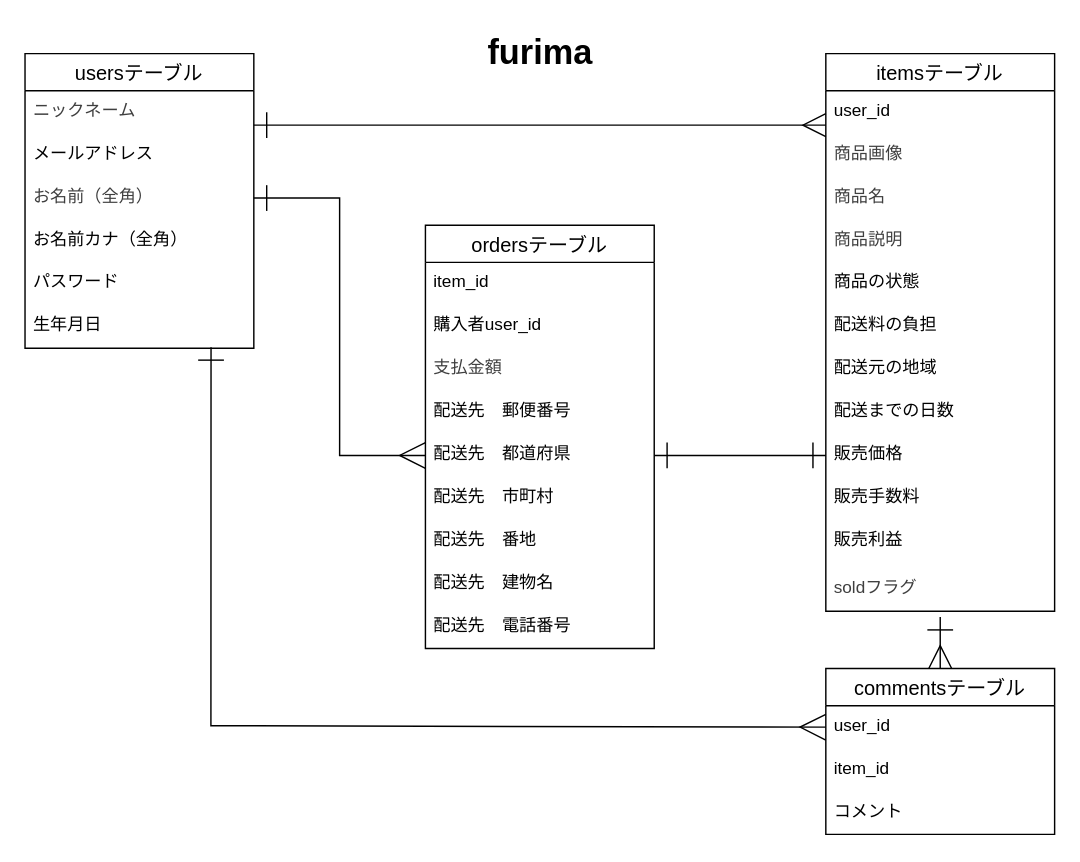
Earlier version of the draw.io diagram furima-41862.drawio (nn88hcs99/furima-41862). Source tidied: cells renumbered, new cells numbered last; positions are measured from the earlier drawing's top-left corner, leaving out a move shared by most shapes. Both pictures are drawn from the tidied source at 143%, with x=0, y=0 at pixel (24, 24).
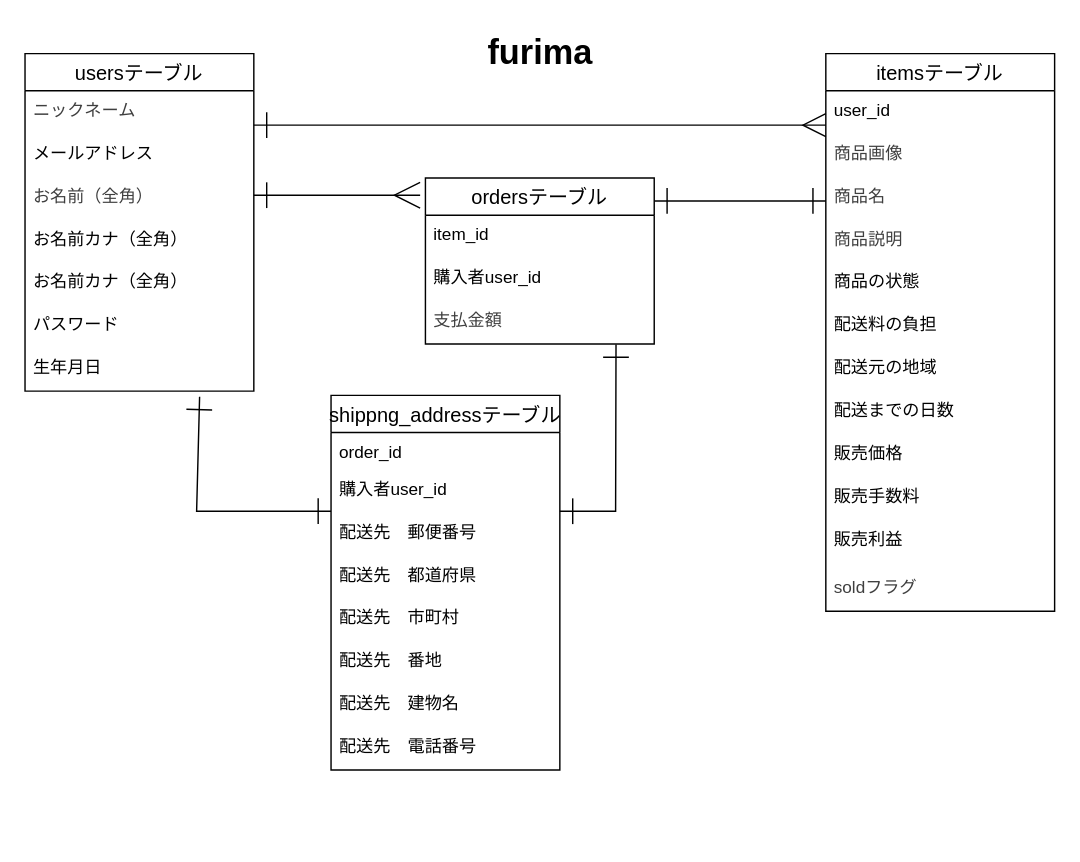
The same diagram, later.

Commit message (it also covers changes not shown here):
指摘箇所の修正

shipping_addressテーブルの追加
commentsテーブルの削除

The change refers to these unchanged cells:
```xml
<mxCell id="6" value="&lt;span style=&quot;color: rgb(63, 63, 63);&quot;&gt;お名前（全角）&lt;/span&gt;" style="text;strokeColor=none;fillColor=none;spacingLeft=4;spacingRight=4;overflow=hidden;points=[[0,0.5],[1,0.5]];portConstraint=eastwest;fontSize=12;whiteSpace=wrap;html=1;" parent="3" vertex="1">
  <mxGeometry y="86" width="160" height="30" as="geometry" />
</mxCell>
<mxCell id="19" value="販売価格" style="text;strokeColor=none;fillColor=none;spacingLeft=4;spacingRight=4;overflow=hidden;points=[[0,0.5],[1,0.5]];portConstraint=eastwest;fontSize=12;whiteSpace=wrap;html=1;" parent="10" vertex="1">
  <mxGeometry y="266" width="160" height="30" as="geometry" />
</mxCell>
<mxCell id="22" value="&lt;span style=&quot;color: rgb(63, 63, 63); text-align: center;&quot;&gt;soldフラグ&lt;/span&gt;" style="text;strokeColor=none;fillColor=none;spacingLeft=4;spacingRight=4;overflow=hidden;points=[[0,0.5],[1,0.5]];portConstraint=eastwest;fontSize=12;whiteSpace=wrap;html=1;" parent="10" vertex="1">
  <mxGeometry y="360" width="160" height="30" as="geometry" />
</mxCell>
<mxCell id="26" value="&lt;span style=&quot;color: rgb(63, 63, 63); text-align: center;&quot;&gt;支払金額&lt;/span&gt;" style="text;strokeColor=none;fillColor=none;spacingLeft=4;spacingRight=4;overflow=hidden;points=[[0,0.5],[1,0.5]];portConstraint=eastwest;fontSize=12;whiteSpace=wrap;html=1;" parent="23" vertex="1">
  <mxGeometry y="86" width="160" height="30" as="geometry" />
</mxCell>
```

Change to the diagram source:
```diff
@@
     <mxCell id="3" value="usersテーブル" style="swimlane;fontStyle=0;horizontal=1;startSize=26;align=center;fontSize=14;" parent="1" vertex="1">
-      <mxGeometry y="20" width="160" height="206" as="geometry" />
+      <mxGeometry y="20" width="160" height="236" as="geometry" />
     </mxCell>
@@
+    <mxCell id="42" value="お名前カナ（全角）" style="text;strokeColor=none;fillColor=none;spacingLeft=4;spacingRight=4;overflow=hidden;fontSize=12;whiteSpace=wrap;html=1;" parent="3" vertex="1">
+      <mxGeometry y="146" width="160" height="30" as="geometry" />
+    </mxCell>
     <mxCell id="8" value="パスワード" style="text;strokeColor=none;fillColor=none;spacingLeft=4;spacingRight=4;overflow=hidden;fontSize=12;whiteSpace=wrap;html=1;" parent="3" vertex="1">
-      <mxGeometry y="146" width="160" height="30" as="geometry" />
+      <mxGeometry y="176" width="160" height="30" as="geometry" />
     </mxCell>
     <mxCell id="9" value="生年月日" style="text;strokeColor=none;fillColor=none;spacingLeft=4;spacingRight=4;overflow=hidden;points=[[0,0.5],[1,0.5]];portConstraint=eastwest;fontSize=12;whiteSpace=wrap;html=1;" parent="3" vertex="1">
-      <mxGeometry y="176" width="160" height="30" as="geometry" />
+      <mxGeometry y="206" width="160" height="30" as="geometry" />
     </mxCell>
@@
     <mxCell id="23" value="ordersテーブル" style="swimlane;fontStyle=0;horizontal=1;startSize=26;align=center;fontSize=14;" parent="1" vertex="1">
-      <mxGeometry x="280" y="140" width="160" height="296" as="geometry" />
+      <mxGeometry x="280" y="107" width="160" height="116" as="geometry" />
     </mxCell>
@@
+    <mxCell id="37" style="edgeStyle=none;html=1;entryX=0.004;entryY=0.267;entryDx=0;entryDy=0;entryPerimeter=0;startArrow=ERone;startFill=0;endArrow=ERmany;endFill=0;jumpSize=12;strokeWidth=1;targetPerimeterSpacing=4;sourcePerimeterSpacing=4;endSize=14;startSize=16;flowAnimation=0;" parent="1" edge="1">
+      <mxGeometry relative="1" as="geometry">
+        <mxPoint x="160" y="70" as="sourcePoint" />
+        <mxPoint x="560" y="70" as="targetPoint" />
+      </mxGeometry>
+    </mxCell>
+    <mxCell id="40" style="endArrow=ERone;html=1;rounded=1;strokeColor=default;strokeWidth=1;align=center;verticalAlign=middle;fontFamily=Helvetica;fontSize=11;fontColor=default;labelBackgroundColor=default;edgeStyle=none;jumpSize=12;startSize=16;endSize=16;flowAnimation=0;sourcePerimeterSpacing=4;targetPerimeterSpacing=4;endFill=0;startArrow=ERone;startFill=0;" parent="1" edge="1">
+      <mxGeometry relative="1" as="geometry">
+        <mxPoint x="440" y="123" as="sourcePoint" />
+        <mxPoint x="560" y="123" as="targetPoint" />
+      </mxGeometry>
+    </mxCell>
+    <mxCell id="41" style="endArrow=ERone;html=1;rounded=0;strokeColor=default;strokeWidth=1;align=center;verticalAlign=middle;fontFamily=Helvetica;fontSize=11;fontColor=default;labelBackgroundColor=default;edgeStyle=none;jumpSize=12;startSize=16;endSize=16;flowAnimation=0;sourcePerimeterSpacing=4;targetPerimeterSpacing=4;exitX=-0.023;exitY=0.121;exitDx=0;exitDy=0;endFill=0;startArrow=ERmany;startFill=0;curved=0;exitPerimeter=0;" parent="1" edge="1">
+      <mxGeometry relative="1" as="geometry">
+        <mxPoint x="276.3" y="119" as="sourcePoint" />
+        <mxPoint x="160" y="119" as="targetPoint" />
+      </mxGeometry>
+    </mxCell>
+    <mxCell id="43" value="shippng_addressテーブル" style="swimlane;fontStyle=0;horizontal=1;startSize=26;align=center;fontSize=14;" parent="1" vertex="1">
+      <mxGeometry x="214" y="259" width="160" height="262" as="geometry" />
+    </mxCell>
+    <mxCell id="44" value="order_id" style="text;strokeColor=none;fillColor=none;spacingLeft=4;spacingRight=4;overflow=hidden;fontSize=12;whiteSpace=wrap;html=1;" parent="43" vertex="1">
+      <mxGeometry y="26" width="160" height="26" as="geometry" />
+    </mxCell>
+    <mxCell id="45" value="購入者user_id" style="text;strokeColor=none;fillColor=none;spacingLeft=4;spacingRight=4;overflow=hidden;fontSize=12;whiteSpace=wrap;html=1;" parent="43" vertex="1">
+      <mxGeometry y="52" width="160" height="30" as="geometry" />
+    </mxCell>
-    <mxCell id="27" value="配送先　郵便番号&lt;div&gt;&lt;br&gt;&lt;/div&gt;" style="text;strokeColor=none;fillColor=none;spacingLeft=4;spacingRight=4;overflow=hidden;fontSize=12;whiteSpace=wrap;html=1;" parent="23" vertex="1">
-      <mxGeometry y="116" width="160" height="30" as="geometry" />
+    <mxCell id="27" value="配送先　郵便番号&lt;div&gt;&lt;br&gt;&lt;/div&gt;" style="text;strokeColor=none;fillColor=none;spacingLeft=4;spacingRight=4;overflow=hidden;fontSize=12;whiteSpace=wrap;html=1;" parent="43" vertex="1">
+      <mxGeometry y="82" width="160" height="30" as="geometry" />
     </mxCell>
-    <mxCell id="28" value="配送先　都道府県" style="text;strokeColor=none;fillColor=none;spacingLeft=4;spacingRight=4;overflow=hidden;points=[[0,0.5],[1,0.5]];portConstraint=eastwest;fontSize=12;whiteSpace=wrap;html=1;" parent="23" vertex="1">
-      <mxGeometry y="146" width="160" height="30" as="geometry" />
+    <mxCell id="28" value="配送先　都道府県" style="text;strokeColor=none;fillColor=none;spacingLeft=4;spacingRight=4;overflow=hidden;points=[[0,0.5],[1,0.5]];portConstraint=eastwest;fontSize=12;whiteSpace=wrap;html=1;" parent="43" vertex="1">
+      <mxGeometry y="112" width="160" height="30" as="geometry" />
     </mxCell>
-    <mxCell id="29" value="配送先　市町村" style="text;strokeColor=none;fillColor=none;spacingLeft=4;spacingRight=4;overflow=hidden;fontSize=12;whiteSpace=wrap;html=1;" parent="23" vertex="1">
-      <mxGeometry y="176" width="160" height="30" as="geometry" />
+    <mxCell id="29" value="配送先　市町村" style="text;strokeColor=none;fillColor=none;spacingLeft=4;spacingRight=4;overflow=hidden;fontSize=12;whiteSpace=wrap;html=1;" parent="43" vertex="1">
+      <mxGeometry y="142" width="160" height="30" as="geometry" />
     </mxCell>
-    <mxCell id="30" value="配送先　番地" style="text;strokeColor=none;fillColor=none;spacingLeft=4;spacingRight=4;overflow=hidden;fontSize=12;whiteSpace=wrap;html=1;" parent="23" vertex="1">
-      <mxGeometry y="206" width="160" height="30" as="geometry" />
+    <mxCell id="30" value="配送先　番地" style="text;strokeColor=none;fillColor=none;spacingLeft=4;spacingRight=4;overflow=hidden;fontSize=12;whiteSpace=wrap;html=1;" parent="43" vertex="1">
+      <mxGeometry y="172" width="160" height="30" as="geometry" />
     </mxCell>
-    <mxCell id="31" value="配送先　建物名" style="text;strokeColor=none;fillColor=none;spacingLeft=4;spacingRight=4;overflow=hidden;fontSize=12;whiteSpace=wrap;html=1;" parent="23" vertex="1">
-      <mxGeometry y="236" width="160" height="30" as="geometry" />
+    <mxCell id="31" value="配送先　建物名" style="text;strokeColor=none;fillColor=none;spacingLeft=4;spacingRight=4;overflow=hidden;fontSize=12;whiteSpace=wrap;html=1;" parent="43" vertex="1">
+      <mxGeometry y="202" width="160" height="30" as="geometry" />
     </mxCell>
-    <mxCell id="32" value="配送先　電話番号" style="text;strokeColor=none;fillColor=none;spacingLeft=4;spacingRight=4;overflow=hidden;fontSize=12;whiteSpace=wrap;html=1;" parent="23" vertex="1">
-      <mxGeometry y="266" width="160" height="30" as="geometry" />
+    <mxCell id="32" value="配送先　電話番号" style="text;strokeColor=none;fillColor=none;spacingLeft=4;spacingRight=4;overflow=hidden;fontSize=12;whiteSpace=wrap;html=1;" parent="43" vertex="1">
+      <mxGeometry y="232" width="160" height="30" as="geometry" />
     </mxCell>
-    <mxCell id="33" value="commentsテーブル" style="swimlane;fontStyle=0;horizontal=1;startSize=26;align=center;fontSize=14;" parent="1" vertex="1">
-      <mxGeometry x="560" y="450" width="160" height="116" as="geometry" />
-    </mxCell>
-    <mxCell id="34" value="user_id" style="text;strokeColor=none;fillColor=none;spacingLeft=4;spacingRight=4;overflow=hidden;points=[[0,0.5],[1,0.5]];portConstraint=eastwest;fontSize=12;whiteSpace=wrap;html=1;" parent="33" vertex="1">
-      <mxGeometry y="26" width="160" height="30" as="geometry" />
-    </mxCell>
-    <mxCell id="35" value="item_id" style="text;strokeColor=none;fillColor=none;spacingLeft=4;spacingRight=4;overflow=hidden;fontSize=12;whiteSpace=wrap;html=1;" parent="33" vertex="1">
-      <mxGeometry y="56" width="160" height="30" as="geometry" />
-    </mxCell>
-    <mxCell id="36" value="コメント" style="text;strokeColor=none;fillColor=none;spacingLeft=4;spacingRight=4;overflow=hidden;fontSize=12;whiteSpace=wrap;html=1;" parent="33" vertex="1">
-      <mxGeometry y="86" width="160" height="30" as="geometry" />
-    </mxCell>
-    <mxCell id="37" style="edgeStyle=none;html=1;entryX=0.004;entryY=0.267;entryDx=0;entryDy=0;entryPerimeter=0;startArrow=ERone;startFill=0;endArrow=ERmany;endFill=0;jumpSize=12;strokeWidth=1;targetPerimeterSpacing=4;sourcePerimeterSpacing=4;endSize=14;startSize=16;flowAnimation=0;" parent="1" edge="1">
-      <mxGeometry relative="1" as="geometry">
-        <mxPoint x="160" y="70" as="sourcePoint" />
-        <mxPoint x="560" y="70" as="targetPoint" />
-      </mxGeometry>
-    </mxCell>
-    <mxCell id="38" style="edgeStyle=none;html=1;entryX=0;entryY=0.5;entryDx=0;entryDy=0;startArrow=ERone;startFill=0;endArrow=ERmany;endFill=0;jumpSize=12;strokeWidth=1;targetPerimeterSpacing=4;sourcePerimeterSpacing=4;endSize=16;startSize=16;rounded=0;curved=0;exitX=0.813;exitY=0.978;exitDx=0;exitDy=0;exitPerimeter=0;" parent="1" edge="1" source="9" target="34">
-      <mxGeometry relative="1" as="geometry">
-        <Array as="points">
-          <mxPoint x="130" y="490" />
-        </Array>
-      </mxGeometry>
-    </mxCell>
-    <mxCell id="39" style="html=1;startArrow=ERone;startFill=0;endArrow=ERmany;endFill=0;jumpSize=12;strokeWidth=1;targetPerimeterSpacing=4;sourcePerimeterSpacing=4;endSize=14;startSize=16;entryX=0.5;entryY=0;entryDx=0;entryDy=0;" parent="1" edge="1" source="22" target="33">
-      <mxGeometry relative="1" as="geometry">
-        <Array as="points">
-          <mxPoint x="640" y="430" />
-        </Array>
-      </mxGeometry>
-    </mxCell>
-    <mxCell id="40" style="endArrow=ERone;html=1;rounded=1;strokeColor=default;strokeWidth=1;align=center;verticalAlign=middle;fontFamily=Helvetica;fontSize=11;fontColor=default;labelBackgroundColor=default;edgeStyle=none;jumpSize=12;startSize=16;endSize=16;flowAnimation=0;sourcePerimeterSpacing=4;targetPerimeterSpacing=4;entryX=0;entryY=0.5;entryDx=0;entryDy=0;exitX=1;exitY=0.5;exitDx=0;exitDy=0;endFill=0;startArrow=ERone;startFill=0;" parent="1" edge="1" source="28" target="19">
-      <mxGeometry relative="1" as="geometry" />
-    </mxCell>
-    <mxCell id="41" style="endArrow=ERone;html=1;rounded=0;strokeColor=default;strokeWidth=1;align=center;verticalAlign=middle;fontFamily=Helvetica;fontSize=11;fontColor=default;labelBackgroundColor=default;edgeStyle=none;jumpSize=12;startSize=16;endSize=16;flowAnimation=0;sourcePerimeterSpacing=4;targetPerimeterSpacing=4;entryX=1;entryY=0.5;entryDx=0;entryDy=0;exitX=0;exitY=0.5;exitDx=0;exitDy=0;endFill=0;startArrow=ERmany;startFill=0;curved=0;" parent="1" edge="1" source="28" target="6">
-      <mxGeometry relative="1" as="geometry">
-        <Array as="points">
-          <mxPoint x="250" y="301" />
-          <mxPoint x="220" y="301" />
-          <mxPoint x="220" y="121" />
-        </Array>
-      </mxGeometry>
-    </mxCell>
+    <mxCell id="46" style="endArrow=ERone;html=1;rounded=0;strokeColor=default;strokeWidth=1;align=center;verticalAlign=middle;fontFamily=Helvetica;fontSize=11;fontColor=default;labelBackgroundColor=default;edgeStyle=none;jumpSize=12;startSize=16;endSize=16;flowAnimation=0;sourcePerimeterSpacing=4;targetPerimeterSpacing=4;endFill=0;startArrow=ERone;startFill=0;entryX=0.833;entryY=1.011;entryDx=0;entryDy=0;entryPerimeter=0;curved=0;" parent="1" edge="1" target="26">
+      <mxGeometry relative="1" as="geometry">
+        <mxPoint x="374" y="340" as="sourcePoint" />
+        <Array as="points">
+          <mxPoint x="413" y="340" />
+        </Array>
+      </mxGeometry>
+    </mxCell>
+    <mxCell id="47" style="endArrow=ERone;html=1;rounded=0;strokeColor=default;strokeWidth=1;align=center;verticalAlign=middle;fontFamily=Helvetica;fontSize=11;fontColor=default;labelBackgroundColor=default;edgeStyle=none;jumpSize=12;startSize=16;endSize=16;flowAnimation=0;sourcePerimeterSpacing=4;targetPerimeterSpacing=4;endFill=0;startArrow=ERone;startFill=0;curved=0;exitX=0.763;exitY=1.133;exitDx=0;exitDy=0;exitPerimeter=0;" parent="1" edge="1" source="9">
+      <mxGeometry relative="1" as="geometry">
+        <mxPoint x="214" y="340" as="targetPoint" />
+        <Array as="points">
+          <mxPoint x="120" y="340" />
+        </Array>
+      </mxGeometry>
+    </mxCell>
```
